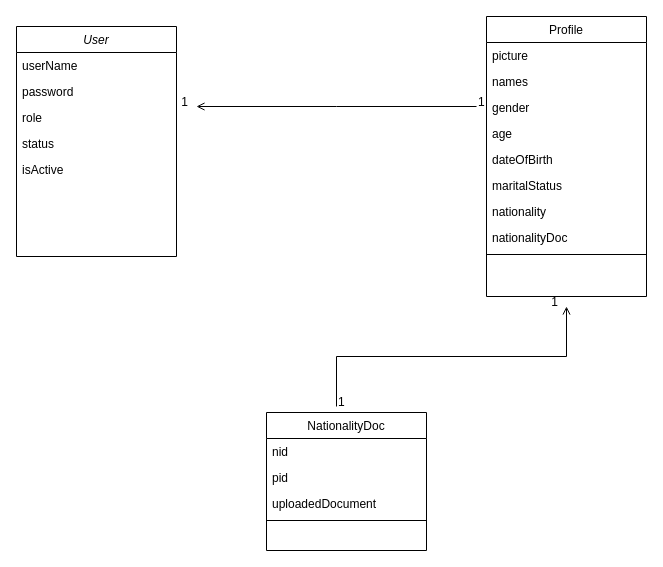
This is z-platform.drawio from yamuben/z-platform-backend, a draw.io file, before an edit. Source tidied: cells renumbered, new cells numbered last; positions are measured from the earlier drawing's top-left corner, leaving out a move shared by most shapes. Both pictures are drawn from the tidied source at 100%, with x=0, y=0 at pixel (16, 16).
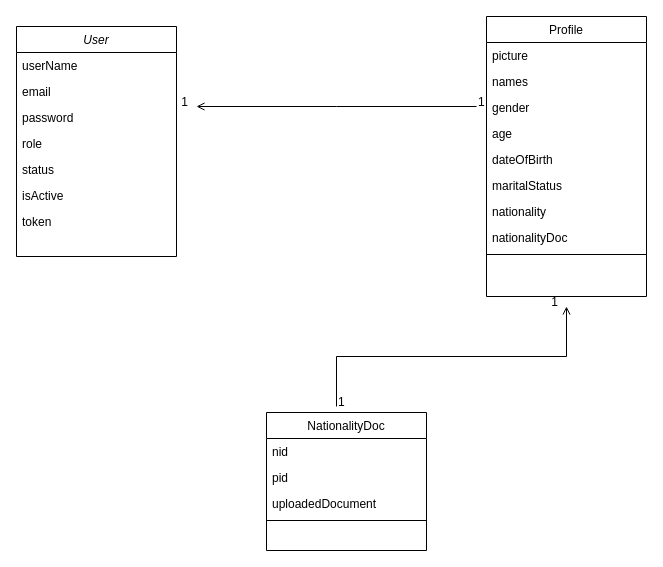
Above is the later version.

The change refers to these unchanged cells:
```xml
<mxCell id="2" value="User" style="swimlane;fontStyle=2;align=center;verticalAlign=top;horizontal=1;startSize=26;rounded=0;shadow=0;strokeWidth=1;" parent="1" vertex="1">
  <mxGeometry y="10" width="160" height="230" as="geometry" />
</mxCell>
```

Change to the diagram source:
```diff
@@
+    <mxCell id="29" value="email" style="text;align=left;verticalAlign=top;spacingLeft=4;spacingRight=4;overflow=hidden;" parent="2" vertex="1">
+      <mxGeometry y="52" width="160" height="26" as="geometry" />
+    </mxCell>
     <mxCell id="4" value="password" style="text;align=left;verticalAlign=top;spacingLeft=4;spacingRight=4;overflow=hidden;rounded=0;shadow=0;html=0;" parent="2" vertex="1">
-      <mxGeometry y="52" width="160" height="26" as="geometry" />
+      <mxGeometry y="78" width="160" height="26" as="geometry" />
     </mxCell>
     <mxCell id="5" value="role&#10;" style="text;align=left;verticalAlign=top;spacingLeft=4;spacingRight=4;overflow=hidden;rounded=0;shadow=0;html=0;" parent="2" vertex="1">
-      <mxGeometry y="78" width="160" height="26" as="geometry" />
+      <mxGeometry y="104" width="160" height="26" as="geometry" />
     </mxCell>
     <mxCell id="6" value="status&#10;" style="text;align=left;verticalAlign=top;spacingLeft=4;spacingRight=4;overflow=hidden;" parent="2" vertex="1">
-      <mxGeometry y="104" width="160" height="26" as="geometry" />
+      <mxGeometry y="130" width="160" height="26" as="geometry" />
     </mxCell>
+    <mxCell id="30" value="isActive" style="text;align=left;verticalAlign=top;spacingLeft=4;spacingRight=4;overflow=hidden;" parent="2" vertex="1">
+      <mxGeometry y="156" width="160" height="26" as="geometry" />
+    </mxCell>
-    <mxCell id="7" value="isActive" style="text;align=left;verticalAlign=top;spacingLeft=4;spacingRight=4;overflow=hidden;" parent="2" vertex="1">
-      <mxGeometry y="130" width="160" height="26" as="geometry" />
+    <mxCell id="7" value="token" style="text;align=left;verticalAlign=top;spacingLeft=4;spacingRight=4;overflow=hidden;" parent="2" vertex="1">
+      <mxGeometry y="182" width="160" height="26" as="geometry" />
     </mxCell>
```
